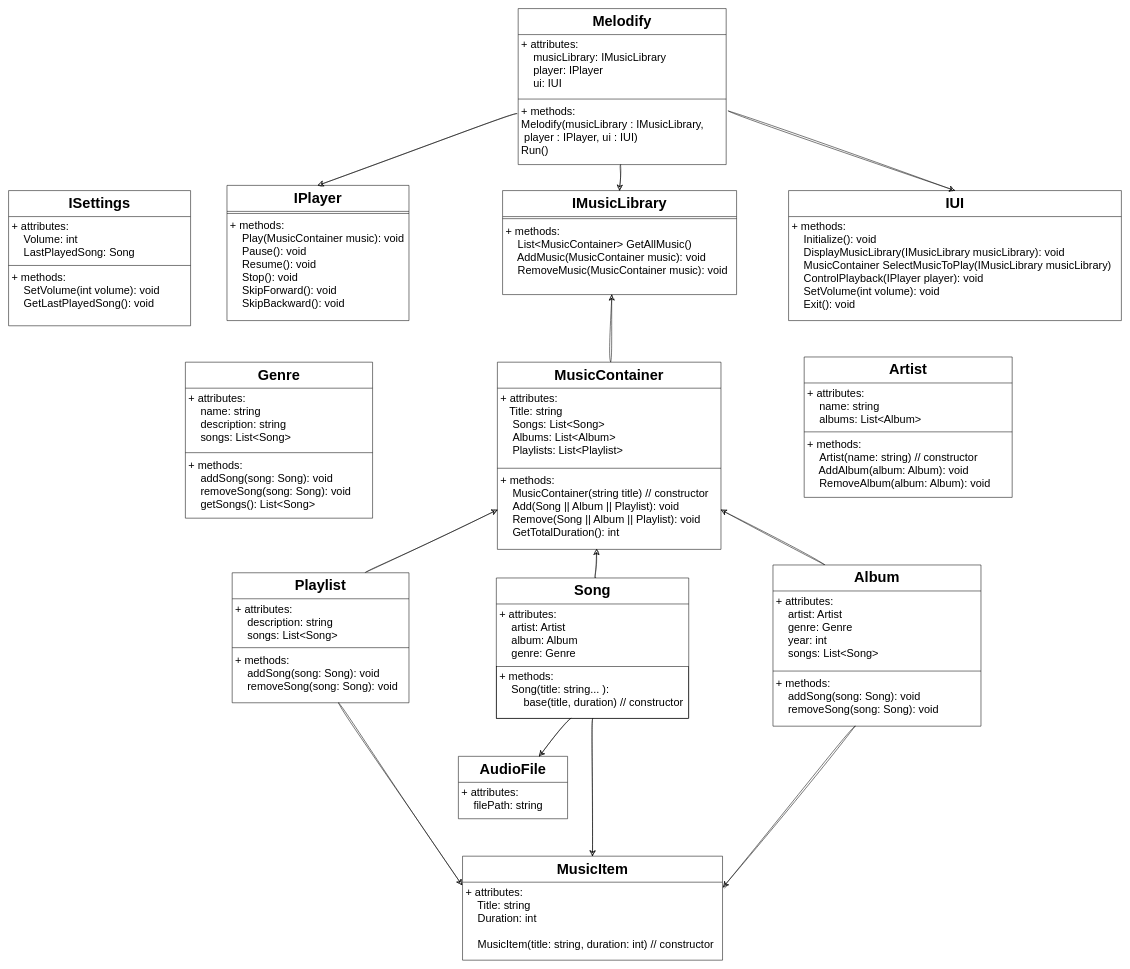
This is UML Diagram/Melodify Diagram v1.drawio from hugovasko/Melodify, a draw.io file, before an edit. Source tidied: cells renumbered, new cells numbered last; positions are measured from the earlier drawing's top-left corner, leaving out a move shared by most shapes. Both pictures are drawn from the tidied source at 52%, with x=0, y=0 at pixel (8, 8).
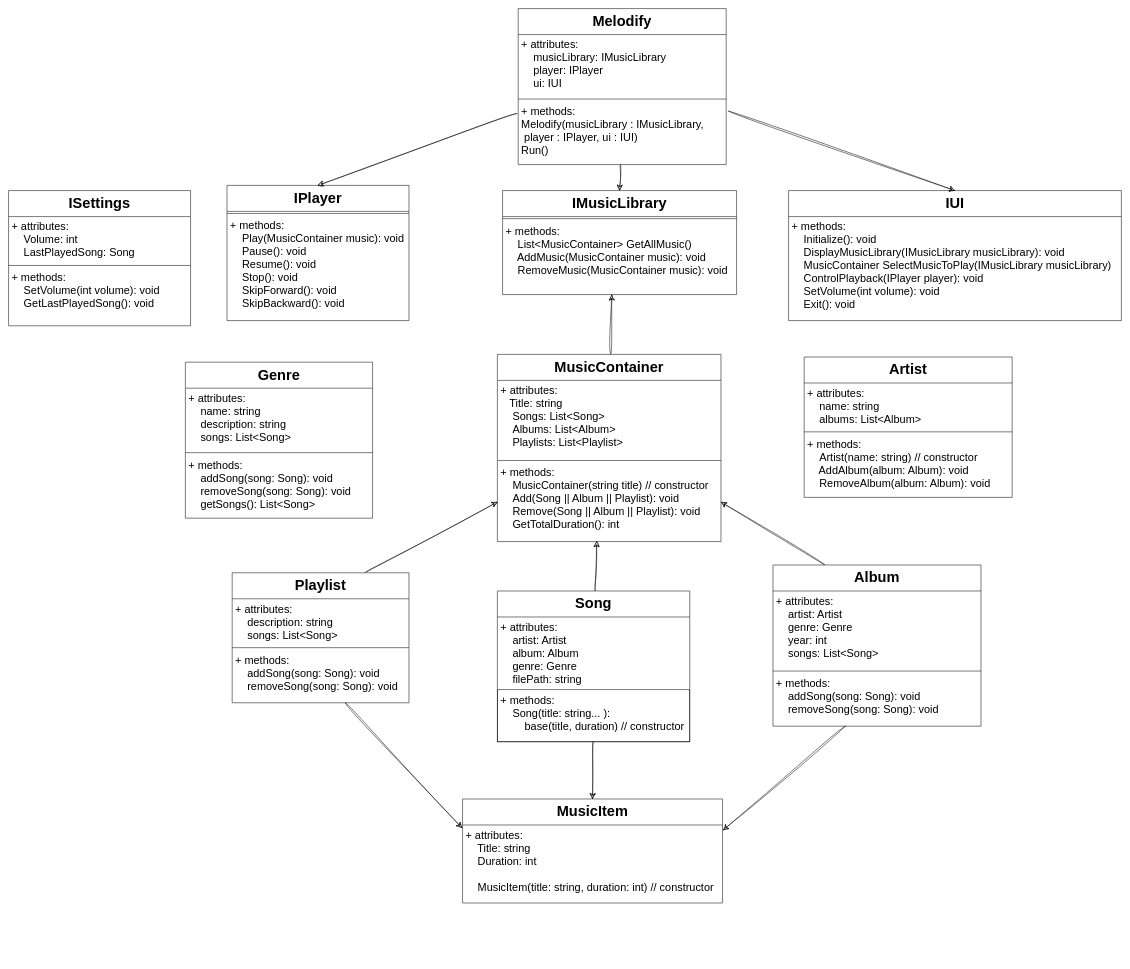
Above is the later version.

Commit message:
Melo-7: Remove AudioFile from UML diagram

Change to the diagram source:
```diff
@@
     <mxCell id="10" value="Song" style="swimlane;fontStyle=1;align=center;verticalAlign=top;horizontal=1;startSize=50;fontSize=28;" parent="1" vertex="1">
-      <mxGeometry x="938" y="1095" width="370" height="270" as="geometry" />
+      <mxGeometry x="940" y="1120" width="370" height="290" as="geometry" />
     </mxCell>
-    <mxCell id="11" value="+ attributes: &#10;    artist: Artist&#10;    album: Album&#10;    genre: Genre" style="text;strokeColor=none;fillColor=none;align=left;verticalAlign=top;spacingLeft=4;spacingRight=4;overflow=hidden;fontSize=21;fontStyle=0;" parent="10" vertex="1">
-      <mxGeometry y="50" width="370" height="120" as="geometry" />
+    <mxCell id="11" value="+ attributes: &#10;    artist: Artist&#10;    album: Album&#10;    genre: Genre&#10;    filePath: string" style="text;strokeColor=none;fillColor=none;align=left;verticalAlign=top;spacingLeft=4;spacingRight=4;overflow=hidden;fontSize=21;fontStyle=0;" parent="10" vertex="1">
+      <mxGeometry y="50" width="370" height="140" as="geometry" />
     </mxCell>
     <mxCell id="12" value="+ methods:&#10;    Song(title: string... ): &#10;        base(title, duration) // constructor" style="text;strokeColor=default;fillColor=none;align=left;verticalAlign=top;spacingLeft=4;spacingRight=4;overflow=hidden;points=[[0,0.5],[1,0.5]];portConstraint=eastwest;fontSize=21;fontStyle=0;" parent="10" vertex="1">
-      <mxGeometry y="170" width="370" height="100" as="geometry" />
+      <mxGeometry y="190" width="370" height="100" as="geometry" />
     </mxCell>
@@
-    <mxCell id="37" value="AudioFile" style="swimlane;fontStyle=1;align=center;verticalAlign=top;horizontal=1;startSize=50;fontSize=28;" parent="1" vertex="1">
-      <mxGeometry x="865" y="1438" width="210" height="120" as="geometry" />
-    </mxCell>
-    <mxCell id="38" value="+ attributes: &#10;    filePath: string" style="text;strokeColor=none;fillColor=none;align=left;verticalAlign=top;spacingLeft=4;spacingRight=4;overflow=hidden;fontSize=21;fontStyle=0;" parent="37" vertex="1">
-      <mxGeometry y="50" width="210" height="70" as="geometry" />
-    </mxCell>
@@
     <mxCell id="46" value="MusicContainer" style="swimlane;fontStyle=1;align=center;verticalAlign=top;horizontal=1;startSize=50;fontSize=28;" parent="1" vertex="1">
-      <mxGeometry x="940" y="680" width="430" height="360" as="geometry" />
+      <mxGeometry x="940" y="665" width="430" height="360" as="geometry" />
     </mxCell>
@@
     <mxCell id="50" value="MusicItem" style="swimlane;fontStyle=1;align=center;verticalAlign=top;horizontal=1;startSize=50;fontSize=28;" parent="1" vertex="1">
-      <mxGeometry x="873" y="1630" width="500" height="200" as="geometry" />
+      <mxGeometry x="873" y="1520" width="500" height="200" as="geometry" />
     </mxCell>
@@
-    <mxCell id="54" style="edgeStyle=none;curved=1;rounded=0;sketch=1;hachureGap=4;jiggle=2;curveFitting=1;jettySize=auto;html=1;fontFamily=Architects Daughter;fontSize=16;startSize=8;endSize=8;" parent="1" edge="1" source="12" target="37">
-      <mxGeometry relative="1" as="geometry" />
-    </mxCell>
```
